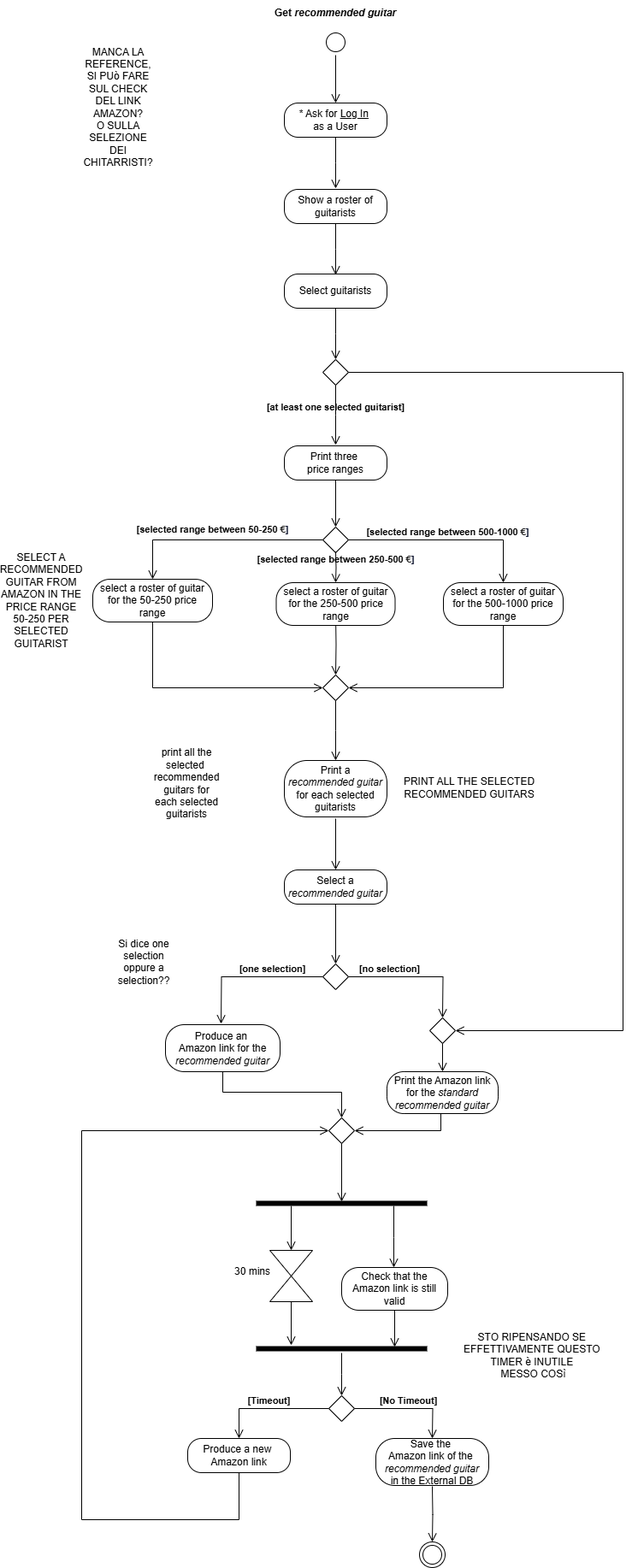
This is ActivityDiagramM.drawio.png from TizianoLilli/ISPW-Project, a draw.io export, as it was before one commit. Source tidied: cells renumbered, new cells last; positions are measured from the earlier drawing's top-left corner, leaving out a move shared by most shapes.
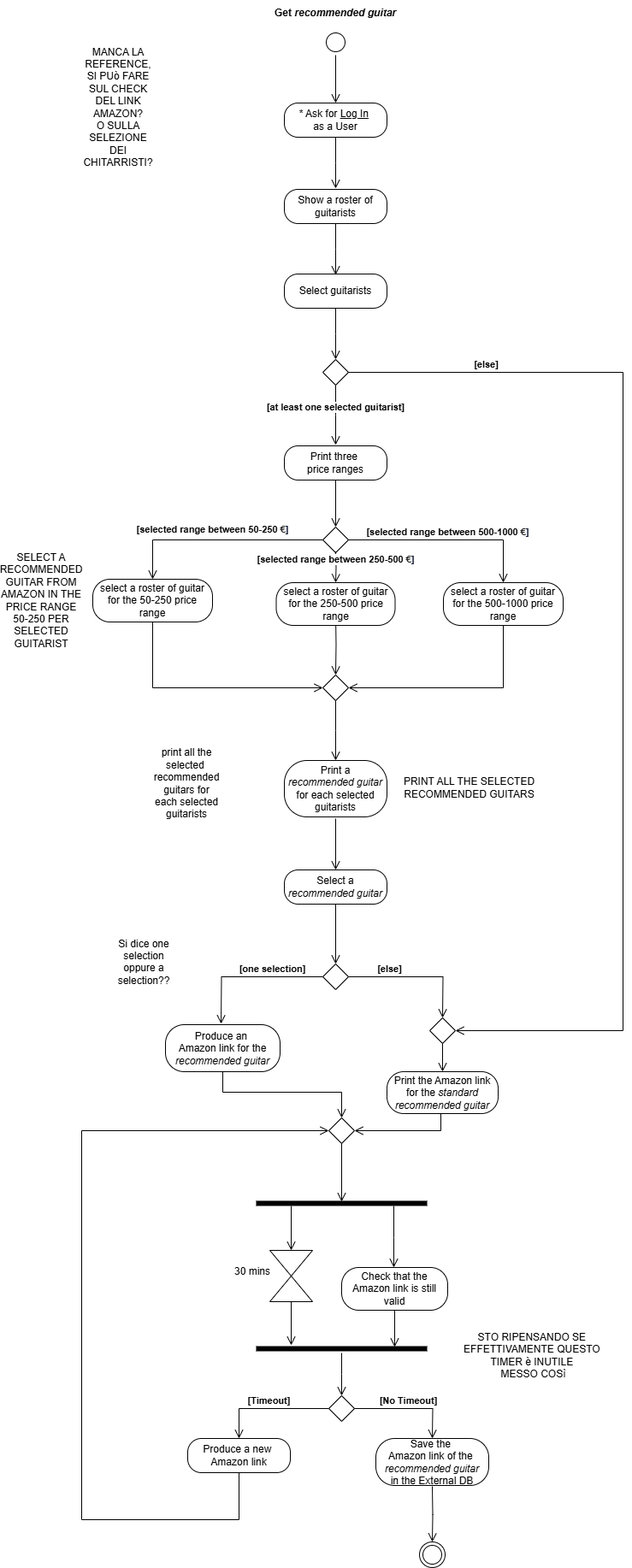
Later version of the same file.

Change to the diagram source:
```diff
@@ -29,7 +29,7 @@
         </Array>
       </mxGeometry>
     </mxCell>
-    <mxCell id="7" value="&lt;b&gt;[&lt;/b&gt;&lt;b style=&quot;text-align: left;&quot;&gt;&lt;span style=&quot;&quot;&gt;selected&amp;nbsp;&lt;/span&gt;&lt;/b&gt;&lt;b&gt;range between 250-500&amp;nbsp;&lt;span style=&quot;text-align: left; text-wrap-mode: wrap; color: rgb(31, 31, 31);&quot;&gt;€&lt;/span&gt;&lt;span style=&quot;text-align: left;&quot;&gt;&lt;font style=&quot;&quot; face=&quot;Helvetica&quot;&gt;&lt;font style=&quot;&quot; color=&quot;#040c28&quot;&gt;&lt;span style=&quot;text-wrap-mode: wrap;&quot;&gt;]&lt;/span&gt;&lt;/font&gt;&lt;/font&gt;&lt;/span&gt;&lt;/b&gt;" style="edgeStyle=orthogonalEdgeStyle;html=1;verticalAlign=bottom;endArrow=open;endSize=8;rounded=0;exitX=0.5;exitY=1;exitDx=0;exitDy=0;labelBackgroundColor=none;fontColor=default;entryX=0.5;entryY=0;entryDx=0;entryDy=0;" parent="1" edge="1" target="12">
+    <mxCell id="7" value="&lt;b&gt;[&lt;/b&gt;&lt;b style=&quot;text-align: left;&quot;&gt;&lt;span style=&quot;&quot;&gt;selected&amp;nbsp;&lt;/span&gt;&lt;/b&gt;&lt;b&gt;range between 250-500&amp;nbsp;&lt;span style=&quot;text-align: left; text-wrap-mode: wrap; color: rgb(31, 31, 31);&quot;&gt;€&lt;/span&gt;&lt;span style=&quot;text-align: left;&quot;&gt;&lt;font face=&quot;Helvetica&quot; style=&quot;&quot;&gt;&lt;font color=&quot;#040c28&quot; style=&quot;&quot;&gt;&lt;span style=&quot;text-wrap-mode: wrap;&quot;&gt;]&lt;/span&gt;&lt;/font&gt;&lt;/font&gt;&lt;/span&gt;&lt;/b&gt;" style="edgeStyle=orthogonalEdgeStyle;html=1;verticalAlign=bottom;endArrow=open;endSize=8;rounded=0;exitX=0.5;exitY=1;exitDx=0;exitDy=0;labelBackgroundColor=default;fontColor=default;entryX=0.5;entryY=0;entryDx=0;entryDy=0;" parent="1" edge="1" target="12">
       <mxGeometry relative="1" as="geometry">
         <mxPoint x="374" y="645" as="sourcePoint" />
       </mxGeometry>
@@ -232,7 +232,7 @@
         </Array>
       </mxGeometry>
     </mxCell>
-    <mxCell id="60" value="&lt;b&gt;[no selection]&lt;/b&gt;" style="edgeStyle=orthogonalEdgeStyle;html=1;verticalAlign=bottom;endArrow=open;endSize=8;rounded=0;labelBackgroundColor=none;fontColor=default;exitX=1;exitY=0.5;exitDx=0;exitDy=0;" parent="1" edge="1" source="55">
+    <mxCell id="60" value="&lt;b&gt;[else]&lt;/b&gt;" style="edgeStyle=orthogonalEdgeStyle;html=1;verticalAlign=bottom;endArrow=open;endSize=8;rounded=0;labelBackgroundColor=none;fontColor=default;exitX=1;exitY=0.5;exitDx=0;exitDy=0;" parent="1" edge="1" source="55">
       <mxGeometry x="-0.39" relative="1" as="geometry">
         <mxPoint x="499" y="1190" as="targetPoint" />
       </mxGeometry>
@@ -248,13 +248,13 @@
     <mxCell id="63" style="rhombus;whiteSpace=wrap;html=1;labelBackgroundColor=none;" parent="1" vertex="1">
       <mxGeometry x="359" y="420" width="30" height="30" as="geometry" />
     </mxCell>
-    <mxCell id="64" value="&lt;b&gt;[at least one selected guitarist]&lt;/b&gt;" style="edgeStyle=orthogonalEdgeStyle;html=1;verticalAlign=bottom;endArrow=open;endSize=8;rounded=0;labelBackgroundColor=none;fontColor=default;exitX=0.5;exitY=1;exitDx=0;exitDy=0;" parent="1" edge="1" source="63">
+    <mxCell id="64" value="&lt;b&gt;[at least one selected guitarist]&lt;/b&gt;" style="edgeStyle=orthogonalEdgeStyle;html=1;verticalAlign=bottom;endArrow=open;endSize=8;rounded=0;labelBackgroundColor=default;fontColor=default;exitX=0.5;exitY=1;exitDx=0;exitDy=0;" parent="1" edge="1" source="63">
       <mxGeometry relative="1" as="geometry">
         <mxPoint x="374" y="520" as="targetPoint" />
       </mxGeometry>
     </mxCell>
-    <mxCell id="65" style="edgeStyle=orthogonalEdgeStyle;html=1;verticalAlign=bottom;endArrow=open;endSize=8;rounded=0;labelBackgroundColor=none;fontColor=default;exitX=1;exitY=0.5;exitDx=0;exitDy=0;entryX=1;entryY=0.5;entryDx=0;entryDy=0;" parent="1" edge="1" source="63" target="66">
-      <mxGeometry relative="1" as="geometry">
+    <mxCell id="65" value="&lt;b&gt;[else]&lt;/b&gt;" style="edgeStyle=orthogonalEdgeStyle;html=1;verticalAlign=bottom;endArrow=open;endSize=8;rounded=0;labelBackgroundColor=none;fontColor=default;exitX=1;exitY=0.5;exitDx=0;exitDy=0;entryX=1;entryY=0.5;entryDx=0;entryDy=0;" parent="1" edge="1" source="63" target="66">
+      <mxGeometry x="-0.75" relative="1" as="geometry">
         <Array as="points">
           <mxPoint x="710" y="435" />
           <mxPoint x="710" y="1205" />
```
